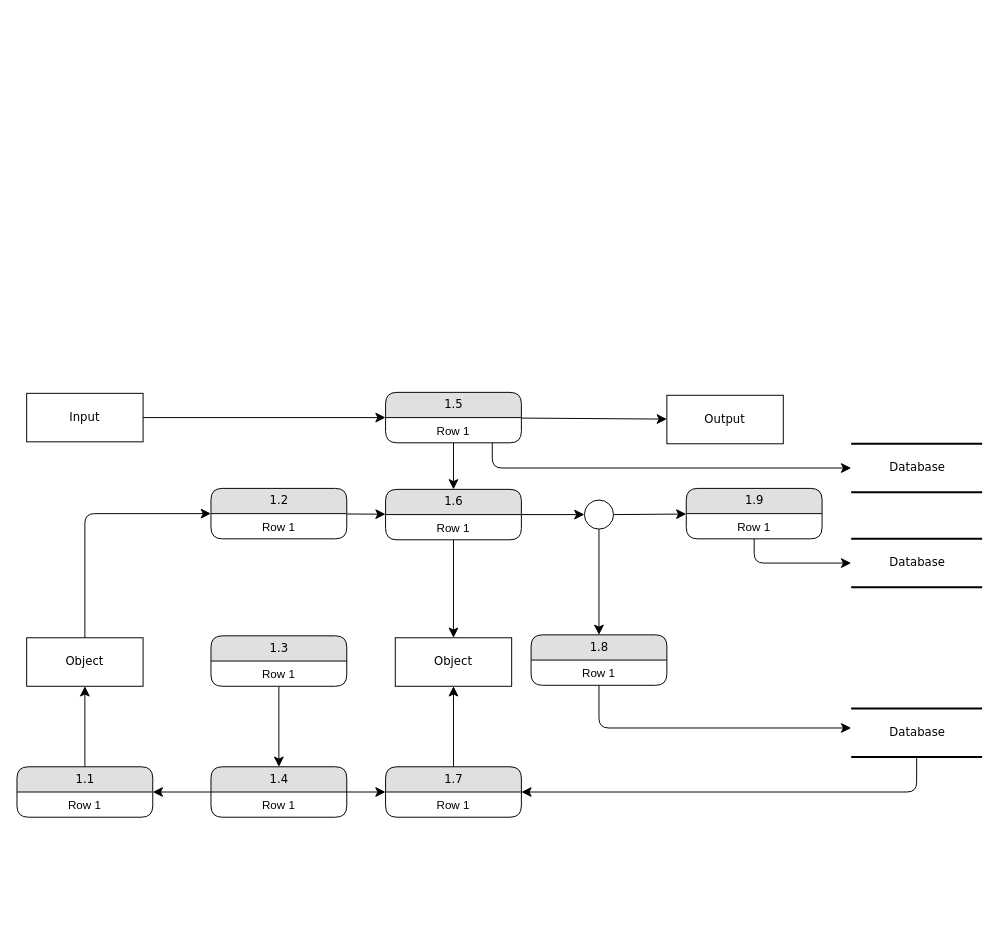
honghangzhi/diagrams keeps this draw.io diagram as flowchart/data-flow.drawio. Above is the earlier version. Source tidied: cells renumbered, new cells numbered last; positions are measured from the earlier drawing's top-left corner, leaving out a move shared by most shapes. Both pictures are drawn from the tidied source at 97%, with x=0, y=0 at pixel (16, 392).
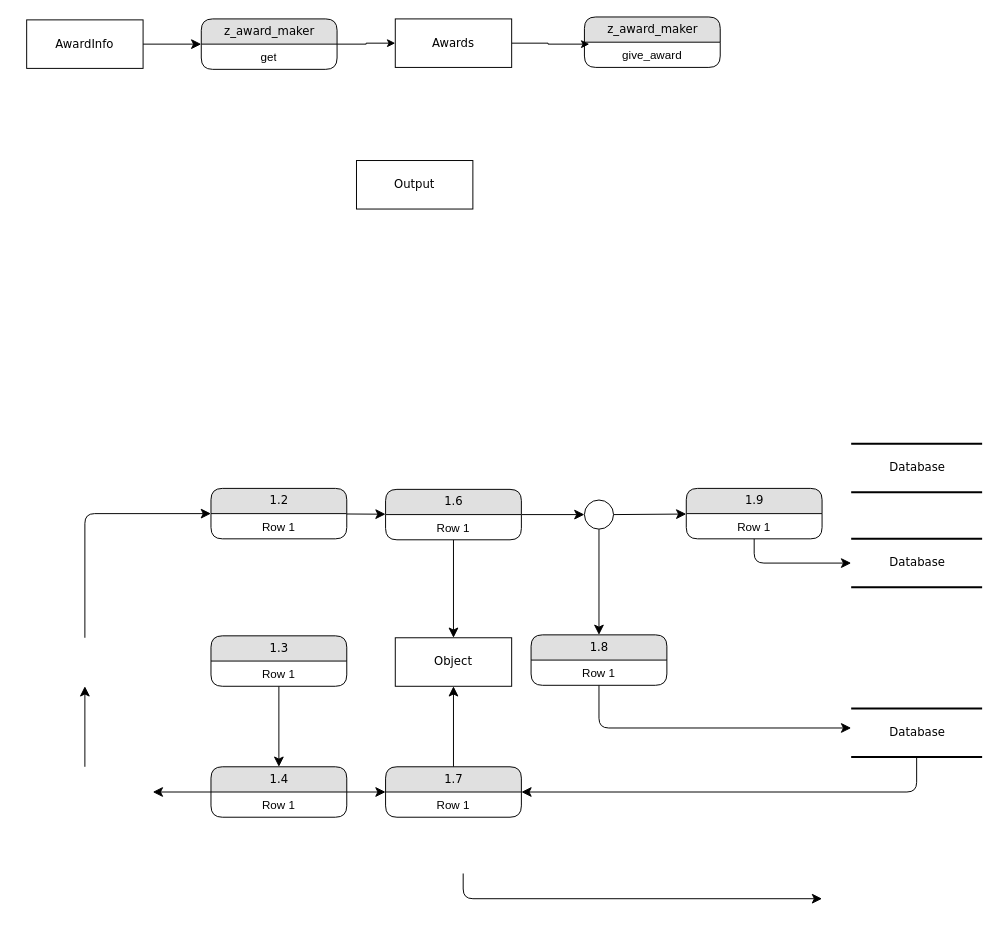
Above is the later version.

The change refers to these unchanged cells:
```xml
<mxCell id="2" value="Database" style="html=1;rounded=0;shadow=0;comic=0;labelBackgroundColor=none;strokeWidth=2;fontFamily=Verdana;fontSize=12;align=center;shape=mxgraph.ios7ui.horLines;" parent="1" vertex="1">
  <mxGeometry x="860" y="53" width="135" height="50" as="geometry" />
</mxCell>
<mxCell id="16" value="1.6" style="swimlane;html=1;fontStyle=0;horizontal=1;startSize=26;fillColor=#e0e0e0;swimlaneFillColor=#ffffff;align=center;rounded=1;shadow=0;comic=0;labelBackgroundColor=none;strokeWidth=1;fontFamily=Verdana;fontSize=12;" parent="1" vertex="1">
  <mxGeometry x="380" y="100" width="140" height="52" as="geometry" />
</mxCell>
<mxCell id="19" value="1.2" style="swimlane;html=1;fontStyle=0;horizontal=1;startSize=26;fillColor=#e0e0e0;swimlaneFillColor=#ffffff;align=center;rounded=1;shadow=0;comic=0;labelBackgroundColor=none;strokeWidth=1;fontFamily=Verdana;fontSize=12;" parent="1" vertex="1">
  <mxGeometry x="200" y="99" width="140" height="52" as="geometry" />
</mxCell>
<mxCell id="35" value="1.4" style="swimlane;html=1;fontStyle=0;horizontal=1;startSize=26;fillColor=#e0e0e0;swimlaneFillColor=#ffffff;align=center;rounded=1;shadow=0;comic=0;labelBackgroundColor=none;strokeWidth=1;fontFamily=Verdana;fontSize=12;" parent="1" vertex="1">
  <mxGeometry x="200" y="386" width="140" height="52" as="geometry" />
</mxCell>
```

What changed in the source:
```diff
@@
     <mxCell id="4" value="Output" style="whiteSpace=wrap;html=1;rounded=0;shadow=0;comic=0;labelBackgroundColor=none;strokeWidth=1;fontFamily=Verdana;fontSize=12;align=center;" parent="1" vertex="1">
-      <mxGeometry x="670" y="3" width="120" height="50" as="geometry" />
+      <mxGeometry x="350" y="-239" width="120" height="50" as="geometry" />
     </mxCell>
@@
-    <mxCell id="6" value="Input" style="whiteSpace=wrap;html=1;rounded=0;shadow=0;comic=0;labelBackgroundColor=none;strokeWidth=1;fontFamily=Verdana;fontSize=12;align=center;" parent="1" vertex="1">
-      <mxGeometry x="10" y="1" width="120" height="50" as="geometry" />
+    <mxCell id="6" value="AwardInfo" style="whiteSpace=wrap;html=1;rounded=0;shadow=0;comic=0;labelBackgroundColor=none;strokeWidth=1;fontFamily=Verdana;fontSize=12;align=center;" parent="1" vertex="1">
+      <mxGeometry x="10" y="-384" width="120" height="50" as="geometry" />
     </mxCell>
-    <mxCell id="7" style="edgeStyle=none;html=1;labelBackgroundColor=none;startFill=0;startSize=8;endFill=1;endSize=8;fontFamily=Verdana;fontSize=12;" parent="1" edge="1" source="10" target="4">
-      <mxGeometry relative="1" as="geometry" />
-    </mxCell>
-    <mxCell id="8" style="edgeStyle=none;html=1;labelBackgroundColor=none;startFill=0;startSize=8;endFill=1;endSize=8;fontFamily=Verdana;fontSize=12;" parent="1" edge="1" source="10" target="16">
-      <mxGeometry relative="1" as="geometry" />
-    </mxCell>
-    <mxCell id="9" style="edgeStyle=orthogonalEdgeStyle;html=1;labelBackgroundColor=none;startFill=0;startSize=8;endFill=1;endSize=8;fontFamily=Verdana;fontSize=12;" parent="1" edge="1" source="10" target="2">
+    <mxCell id="9" style="edgeStyle=orthogonalEdgeStyle;html=1;labelBackgroundColor=none;startFill=0;startSize=8;endFill=1;endSize=8;fontFamily=Verdana;fontSize=12;" parent="1" edge="1">
       <mxGeometry relative="1" as="geometry">
+        <mxPoint x="460" y="496" as="sourcePoint" />
+        <mxPoint x="830" y="522" as="targetPoint" />
         <Array as="points">
-          <mxPoint x="490" y="78" />
+          <mxPoint x="460" y="522" />
         </Array>
       </mxGeometry>
     </mxCell>
+    <mxCell id="46" style="edgeStyle=orthogonalEdgeStyle;rounded=0;jettySize=auto;html=1;" parent="1" edge="1" source="10" target="41">
+      <mxGeometry relative="1" as="geometry" />
+    </mxCell>
-    <mxCell id="10" value="1.5" style="swimlane;html=1;fontStyle=0;horizontal=1;startSize=26;fillColor=#e0e0e0;swimlaneFillColor=#ffffff;align=center;rounded=1;shadow=0;comic=0;labelBackgroundColor=none;strokeWidth=1;fontFamily=Verdana;fontSize=12;" parent="1" vertex="1">
-      <mxGeometry x="380" width="140" height="52" as="geometry" />
+    <mxCell id="10" value="z_award_maker" style="swimlane;html=1;fontStyle=0;horizontal=1;startSize=26;fillColor=#e0e0e0;swimlaneFillColor=#ffffff;align=center;rounded=1;shadow=0;comic=0;labelBackgroundColor=none;strokeWidth=1;fontFamily=Verdana;fontSize=12;" parent="1" vertex="1">
+      <mxGeometry x="190" y="-385" width="140" height="52" as="geometry" />
     </mxCell>
-    <mxCell id="11" value="Row 1" style="text;html=1;strokeColor=none;fillColor=none;spacingLeft=4;spacingRight=4;whiteSpace=wrap;overflow=hidden;align=center;" parent="10" vertex="1">
+    <mxCell id="11" value="get" style="text;html=1;strokeColor=none;fillColor=none;spacingLeft=4;spacingRight=4;whiteSpace=wrap;overflow=hidden;align=center;" parent="10" vertex="1">
       <mxGeometry y="26" width="140" height="26" as="geometry" />
     </mxCell>
@@
-    <mxCell id="30" style="edgeStyle=none;html=1;labelBackgroundColor=none;startFill=0;startSize=8;endFill=1;endSize=8;fontFamily=Verdana;fontSize=12;" parent="1" edge="1" source="31" target="41">
-      <mxGeometry relative="1" as="geometry" />
+    <mxCell id="30" style="edgeStyle=none;html=1;labelBackgroundColor=none;startFill=0;startSize=8;endFill=1;endSize=8;fontFamily=Verdana;fontSize=12;" parent="1" edge="1">
+      <mxGeometry relative="1" as="geometry">
+        <mxPoint x="70" y="386" as="sourcePoint" />
+        <mxPoint x="70" y="303" as="targetPoint" />
+      </mxGeometry>
     </mxCell>
-    <mxCell id="31" value="1.1" style="swimlane;html=1;fontStyle=0;horizontal=1;startSize=26;fillColor=#e0e0e0;swimlaneFillColor=#ffffff;align=center;rounded=1;shadow=0;comic=0;labelBackgroundColor=none;strokeWidth=1;fontFamily=Verdana;fontSize=12;" parent="1" vertex="1">
-      <mxGeometry y="386" width="140" height="52" as="geometry" />
+    <mxCell id="31" value="z_award_maker" style="swimlane;html=1;fontStyle=0;horizontal=1;startSize=26;fillColor=#e0e0e0;swimlaneFillColor=#ffffff;align=center;rounded=1;shadow=0;comic=0;labelBackgroundColor=none;strokeWidth=1;fontFamily=Verdana;fontSize=12;" parent="1" vertex="1">
+      <mxGeometry x="585" y="-387" width="140" height="52" as="geometry" />
     </mxCell>
-    <mxCell id="32" value="Row 1" style="text;html=1;strokeColor=none;fillColor=none;spacingLeft=4;spacingRight=4;whiteSpace=wrap;overflow=hidden;points=[[0,0.5],[1,0.5]];portConstraint=eastwest;align=center;" parent="31" vertex="1">
+    <mxCell id="32" value="give_award" style="text;html=1;strokeColor=none;fillColor=none;spacingLeft=4;spacingRight=4;whiteSpace=wrap;overflow=hidden;points=[[0,0.5],[1,0.5]];portConstraint=eastwest;align=center;" parent="31" vertex="1">
       <mxGeometry y="26" width="140" height="26" as="geometry" />
     </mxCell>
@@
-    <mxCell id="34" style="edgeStyle=none;html=1;labelBackgroundColor=none;startFill=0;startSize=8;endFill=1;endSize=8;fontFamily=Verdana;fontSize=12;" parent="1" edge="1" source="35" target="31">
-      <mxGeometry relative="1" as="geometry" />
+    <mxCell id="34" style="edgeStyle=none;html=1;labelBackgroundColor=none;startFill=0;startSize=8;endFill=1;endSize=8;fontFamily=Verdana;fontSize=12;" parent="1" edge="1" source="35">
+      <mxGeometry relative="1" as="geometry">
+        <mxPoint x="140" y="412" as="targetPoint" />
+      </mxGeometry>
     </mxCell>
@@
-    <mxCell id="40" style="edgeStyle=orthogonalEdgeStyle;html=1;labelBackgroundColor=none;startFill=0;startSize=8;endFill=1;endSize=8;fontFamily=Verdana;fontSize=12;" parent="1" edge="1" source="41" target="19">
+    <mxCell id="40" style="edgeStyle=orthogonalEdgeStyle;html=1;labelBackgroundColor=none;startFill=0;startSize=8;endFill=1;endSize=8;fontFamily=Verdana;fontSize=12;" parent="1" edge="1" target="19">
       <mxGeometry relative="1" as="geometry">
+        <mxPoint x="70" y="253" as="sourcePoint" />
         <Array as="points">
           <mxPoint x="70" y="125" />
         </Array>
       </mxGeometry>
     </mxCell>
+    <mxCell id="47" style="edgeStyle=orthogonalEdgeStyle;rounded=0;jettySize=auto;html=1;entryX=0.036;entryY=0.077;entryDx=0;entryDy=0;entryPerimeter=0;" parent="1" edge="1" source="41" target="32">
+      <mxGeometry relative="1" as="geometry" />
+    </mxCell>
-    <mxCell id="41" value="Object" style="whiteSpace=wrap;html=1;rounded=0;shadow=0;comic=0;labelBackgroundColor=none;strokeWidth=1;fontFamily=Verdana;fontSize=12;align=center;" parent="1" vertex="1">
-      <mxGeometry x="10" y="253" width="120" height="50" as="geometry" />
+    <mxCell id="41" value="Awards" style="whiteSpace=wrap;html=1;rounded=0;shadow=0;comic=0;labelBackgroundColor=none;strokeWidth=1;fontFamily=Verdana;fontSize=12;align=center;" parent="1" vertex="1">
+      <mxGeometry x="390" y="-385" width="120" height="50" as="geometry" />
     </mxCell>
```
